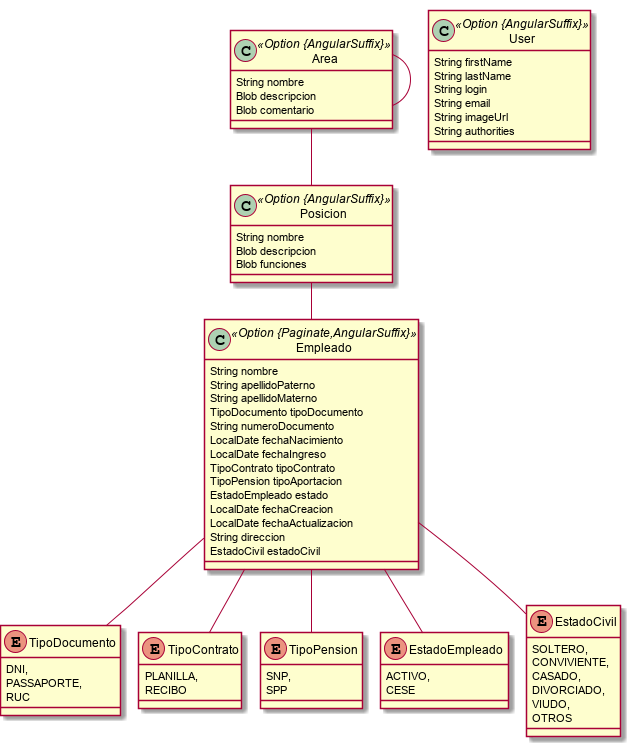
Before: Rrhh.model.png, a diagram exported from PlantUML (MIJAEL888/Sigma).
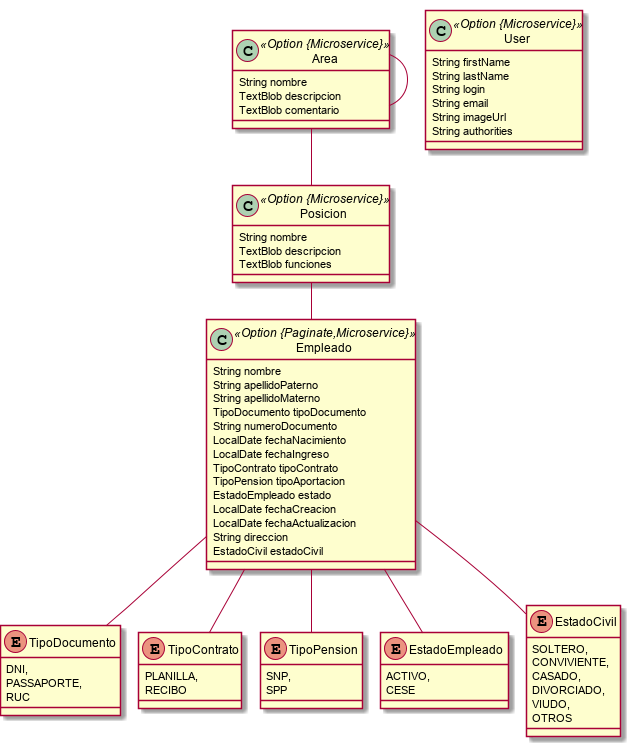
Above is the later version.

What changed in the source:
```diff
@@ -1,7 +1,7 @@
 @startuml
 	!pragma graphviz_dot jdot
 	!pragma syntax class
-	class Empleado <<Option {Paginate,AngularSuffix}>> {
+	class Empleado <<Option {Paginate,Microservice}>> {
 		String nombre
 		String apellidoPaterno
 		String apellidoMaterno
@@ -22,15 +22,15 @@
 	Empleado ..> TipoPension
 	Empleado ..> EstadoEmpleado
 	Empleado ..> EstadoCivil
-	class Posicion <<Option {AngularSuffix}>> {
+	class Posicion <<Option {Microservice}>> {
 		String nombre
-		Blob descripcion
-		Blob funciones
+		TextBlob descripcion
+		TextBlob funciones
 	}
-	class Area <<Option {AngularSuffix}>> {
+	class Area <<Option {Microservice}>> {
 		String nombre
-		Blob descripcion
-		Blob comentario
+		TextBlob descripcion
+		TextBlob comentario
 	}
 	enum EstadoCivil {
 		SOLTERO,
@@ -60,7 +60,7 @@
 	Area  "area 0..1 " --o "0..* "  Posicion
 	Posicion  "empleado 0..1 " --o "0..* "  Empleado
 	Area  "gerencia 0..* " o-- "0..1 "  Area
-	class User <<Option {AngularSuffix}>> {
+	class User <<Option {Microservice}>> {
 		String firstName
 		String lastName
 		String login
```
